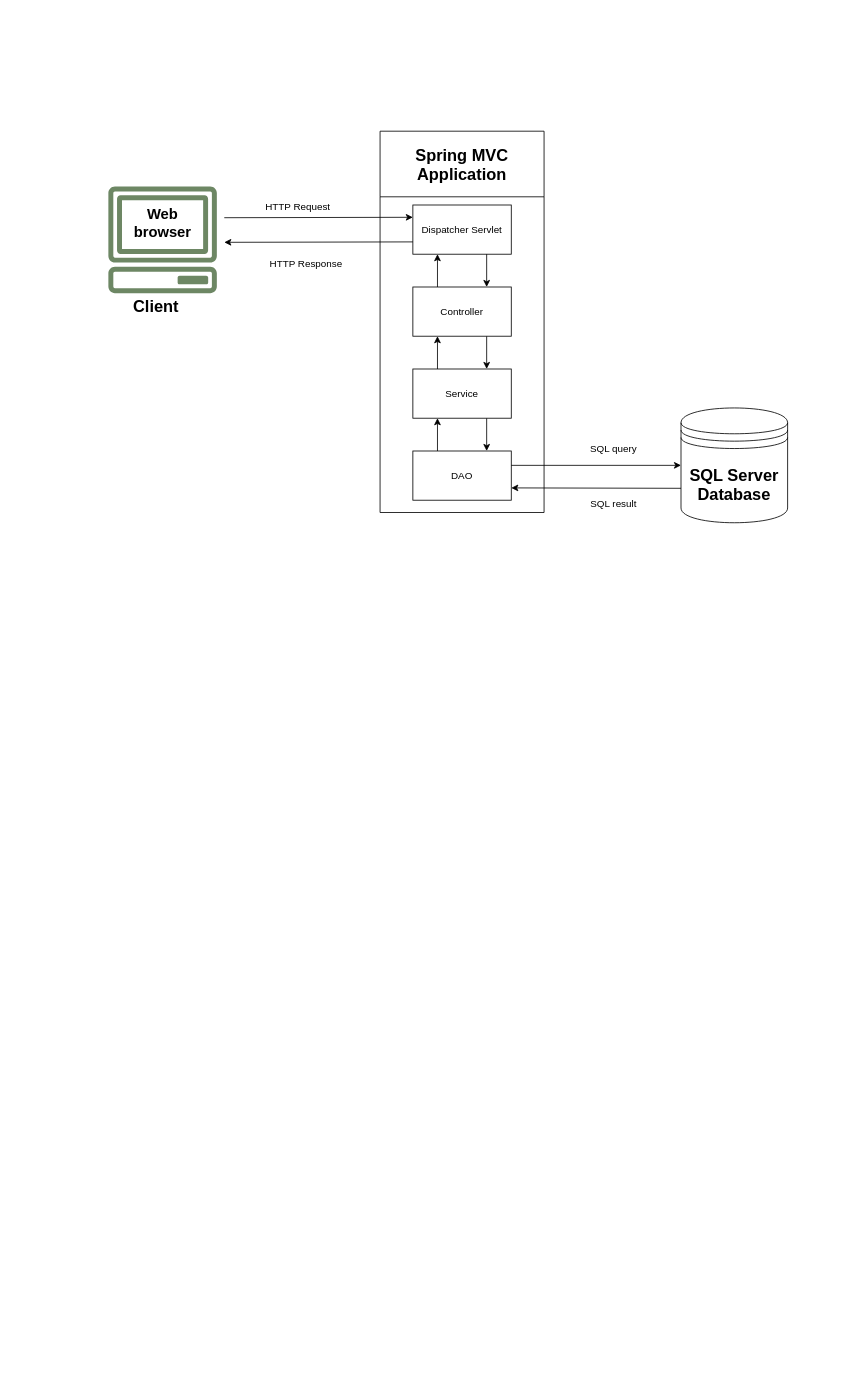
Earlier version of the draw.io diagram Web application architecture.drawio (Khanh-BangPham/Diagram-Store). Source tidied: cells renumbered, new cells numbered last; positions are measured from the earlier drawing's top-left corner, leaving out a move shared by most shapes. Both pictures are drawn from the tidied source at 82%, with x=0, y=0 at pixel (107, 130).
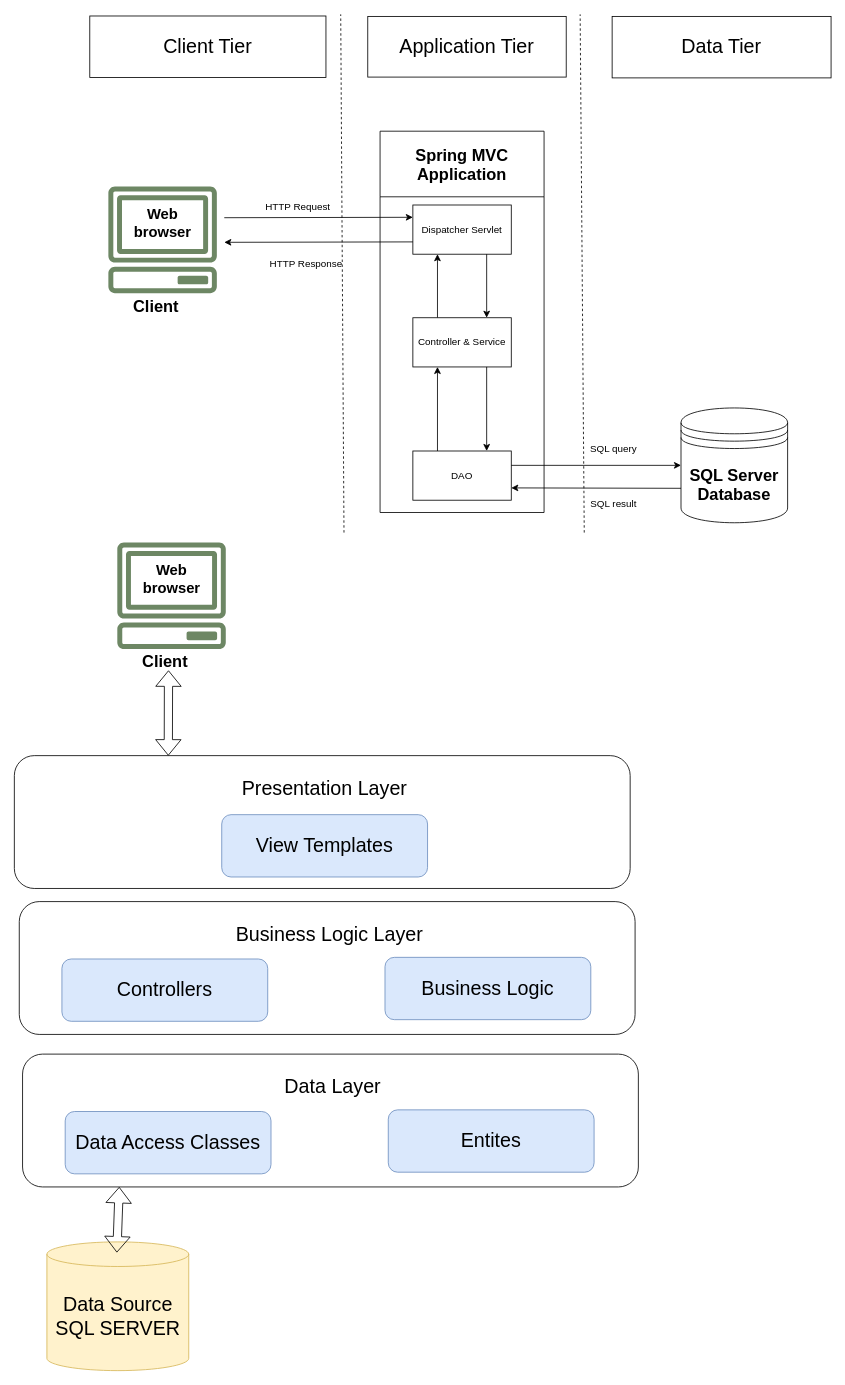
The same diagram, later.

Commit message:
Cập nhật Web application architecture.drawio

Unchanged cells that the change refers to:
```xml
<mxCell id="5" value="&lt;font style=&quot;font-size: 20px;&quot;&gt;Spring MVC Application&lt;/font&gt;" style="swimlane;whiteSpace=wrap;html=1;startSize=80;" parent="1" vertex="1">
  <mxGeometry x="332" y="0.5" width="200" height="465" as="geometry" />
</mxCell>
<mxCell id="14" value="DAO" style="rounded=0;whiteSpace=wrap;html=1;" parent="5" vertex="1">
  <mxGeometry x="40" y="390" width="120" height="60" as="geometry" />
</mxCell>
```

Diff of the diagram source:
```diff
@@
-    <mxCell id="8" style="edgeStyle=orthogonalEdgeStyle;rounded=0;jettySize=auto;html=1;exitX=0.75;exitY=1;exitDx=0;exitDy=0;entryX=0.75;entryY=0;entryDx=0;entryDy=0;" parent="5" edge="1" source="9" target="12">
-      <mxGeometry relative="1" as="geometry" />
-    </mxCell>
-    <mxCell id="9" value="Controller" style="rounded=0;whiteSpace=wrap;html=1;" parent="5" vertex="1">
-      <mxGeometry x="40" y="190" width="120" height="60" as="geometry" />
+    <mxCell id="9" value="Controller &amp;amp; Service" style="rounded=0;whiteSpace=wrap;html=1;" parent="5" vertex="1">
+      <mxGeometry x="40" y="227.5" width="120" height="60" as="geometry" />
     </mxCell>
-    <mxCell id="10" style="edgeStyle=orthogonalEdgeStyle;rounded=0;jettySize=auto;html=1;exitX=0.25;exitY=0;exitDx=0;exitDy=0;entryX=0.25;entryY=1;entryDx=0;entryDy=0;" parent="5" edge="1" source="12" target="9">
-      <mxGeometry relative="1" as="geometry" />
-    </mxCell>
-    <mxCell id="11" style="edgeStyle=orthogonalEdgeStyle;rounded=0;jettySize=auto;html=1;exitX=0.75;exitY=1;exitDx=0;exitDy=0;entryX=0.75;entryY=0;entryDx=0;entryDy=0;" parent="5" edge="1" source="12" target="14">
+    <mxCell id="11" style="edgeStyle=orthogonalEdgeStyle;rounded=0;jettySize=auto;html=1;exitX=0.75;exitY=1;exitDx=0;exitDy=0;entryX=0.75;entryY=0;entryDx=0;entryDy=0;" parent="5" edge="1" source="9" target="14">
       <mxGeometry relative="1" as="geometry" />
     </mxCell>
-    <mxCell id="12" value="Service" style="rounded=0;whiteSpace=wrap;html=1;" parent="5" vertex="1">
-      <mxGeometry x="40" y="290" width="120" height="60" as="geometry" />
-    </mxCell>
-    <mxCell id="13" style="edgeStyle=orthogonalEdgeStyle;rounded=0;jettySize=auto;html=1;exitX=0.25;exitY=0;exitDx=0;exitDy=0;entryX=0.25;entryY=1;entryDx=0;entryDy=0;" parent="5" edge="1" source="14" target="12">
+    <mxCell id="13" style="edgeStyle=orthogonalEdgeStyle;rounded=0;jettySize=auto;html=1;exitX=0.25;exitY=0;exitDx=0;exitDy=0;entryX=0.25;entryY=1;entryDx=0;entryDy=0;" parent="5" edge="1" source="14" target="9">
       <mxGeometry relative="1" as="geometry" />
     </mxCell>
@@
+    <mxCell id="25" style="endArrow=none;dashed=1;html=1;rounded=0;" parent="1" edge="1">
+      <mxGeometry relative="1" as="geometry">
+        <mxPoint x="288" y="490" as="sourcePoint" />
+        <mxPoint x="284" y="-142" as="targetPoint" />
+      </mxGeometry>
+    </mxCell>
+    <mxCell id="26" style="endArrow=none;dashed=1;html=1;rounded=0;" parent="1" edge="1">
+      <mxGeometry relative="1" as="geometry">
+        <mxPoint x="581" y="490" as="sourcePoint" />
+        <mxPoint x="576" y="-142" as="targetPoint" />
+      </mxGeometry>
+    </mxCell>
+    <mxCell id="27" value="&lt;font style=&quot;font-size: 24px;&quot;&gt;Client Tier&lt;/font&gt;" style="rounded=0;whiteSpace=wrap;html=1;" parent="1" vertex="1">
+      <mxGeometry x="-22" y="-140" width="288" height="75" as="geometry" />
+    </mxCell>
+    <mxCell id="28" value="&lt;font style=&quot;font-size: 24px;&quot;&gt;Application Tier&lt;/font&gt;" style="rounded=0;whiteSpace=wrap;html=1;" parent="1" vertex="1">
+      <mxGeometry x="317" y="-139.5" width="242" height="74" as="geometry" />
+    </mxCell>
+    <mxCell id="29" value="&lt;font style=&quot;font-size: 24px;&quot;&gt;Data Tier&lt;/font&gt;" style="rounded=0;whiteSpace=wrap;html=1;" parent="1" vertex="1">
+      <mxGeometry x="615" y="-139.5" width="267" height="75" as="geometry" />
+    </mxCell>
+    <mxCell id="30" style="rounded=1;whiteSpace=wrap;html=1;" parent="1" vertex="1">
+      <mxGeometry x="-114" y="762" width="751" height="162" as="geometry" />
+    </mxCell>
+    <mxCell id="31" value="&lt;font style=&quot;font-size: 24px;&quot;&gt;Presentation Layer&lt;/font&gt;" style="text;html=1;align=center;verticalAlign=middle;whiteSpace=wrap;rounded=0;" parent="1" vertex="1">
+      <mxGeometry x="88.7" y="764" width="351.3" height="75" as="geometry" />
+    </mxCell>
+    <mxCell id="32" value="&lt;font style=&quot;font-size: 24px;&quot;&gt;View Templates&lt;/font&gt;" style="rounded=1;whiteSpace=wrap;html=1;fillColor=#dae8fc;strokeColor=#6c8ebf;" parent="1" vertex="1">
+      <mxGeometry x="138.9" y="834" width="251" height="76" as="geometry" />
+    </mxCell>
+    <mxCell id="33" style="rounded=1;whiteSpace=wrap;html=1;" parent="1" vertex="1">
+      <mxGeometry x="-104" y="1126" width="751" height="162" as="geometry" />
+    </mxCell>
+    <mxCell id="34" value="&lt;font style=&quot;font-size: 24px;&quot;&gt;Data Layer&lt;/font&gt;" style="text;html=1;align=center;verticalAlign=middle;whiteSpace=wrap;rounded=0;" parent="1" vertex="1">
+      <mxGeometry x="98.7" y="1128" width="351.3" height="75" as="geometry" />
+    </mxCell>
+    <mxCell id="35" value="&lt;font style=&quot;font-size: 24px;&quot;&gt;Data Access Classes&lt;/font&gt;" style="rounded=1;whiteSpace=wrap;html=1;fillColor=#dae8fc;strokeColor=#6c8ebf;" parent="1" vertex="1">
+      <mxGeometry x="-52" y="1196" width="251" height="76" as="geometry" />
+    </mxCell>
+    <mxCell id="36" value="&lt;span style=&quot;font-size: 24px;&quot;&gt;Entites&lt;/span&gt;" style="rounded=1;whiteSpace=wrap;html=1;fillColor=#dae8fc;strokeColor=#6c8ebf;" parent="1" vertex="1">
+      <mxGeometry x="342" y="1194" width="251" height="76" as="geometry" />
+    </mxCell>
+    <mxCell id="37" value="&lt;font style=&quot;font-size: 24px;&quot;&gt;Data Source&lt;br&gt;SQL SERVER&lt;/font&gt;" style="shape=cylinder3;whiteSpace=wrap;html=1;boundedLbl=1;backgroundOutline=1;size=15;fillColor=#fff2cc;strokeColor=#d6b656;" parent="1" vertex="1">
+      <mxGeometry x="-74.3" y="1355" width="173" height="157" as="geometry" />
+    </mxCell>
+    <mxCell id="38" style="sketch=0;fillColor=#6d8764;strokeColor=#3A5431;dashed=0;verticalLabelPosition=bottom;verticalAlign=top;align=center;html=1;fontSize=12;fontStyle=0;shape=mxgraph.aws4.client;fontColor=#ffffff;" parent="1" vertex="1">
+      <mxGeometry x="11" y="502" width="133.4" height="130" as="geometry" />
+    </mxCell>
+    <mxCell id="39" value="&lt;font style=&quot;font-size: 20px;&quot;&gt;&lt;b&gt;Client&lt;/b&gt;&lt;/font&gt;" style="text;html=1;align=center;verticalAlign=middle;whiteSpace=wrap;rounded=0;" parent="1" vertex="1">
+      <mxGeometry x="39.6" y="632" width="60" height="30" as="geometry" />
+    </mxCell>
+    <mxCell id="40" value="&lt;font style=&quot;font-size: 18px;&quot;&gt;&lt;b&gt;Web browser&lt;/b&gt;&lt;/font&gt;" style="text;html=1;align=center;verticalAlign=middle;whiteSpace=wrap;rounded=0;" parent="1" vertex="1">
+      <mxGeometry x="39.6" y="532" width="76.2" height="30" as="geometry" />
+    </mxCell>
+    <mxCell id="41" style="shape=flexArrow;endArrow=classic;startArrow=classic;html=1;rounded=0;exitX=0.25;exitY=0;exitDx=0;exitDy=0;" parent="1" edge="1" source="30">
+      <mxGeometry relative="1" as="geometry">
+        <mxPoint x="74" y="658" as="targetPoint" />
+      </mxGeometry>
+    </mxCell>
+    <mxCell id="42" style="rounded=1;whiteSpace=wrap;html=1;" parent="1" vertex="1">
+      <mxGeometry x="-108" y="940" width="751" height="162" as="geometry" />
+    </mxCell>
+    <mxCell id="43" value="&lt;font style=&quot;font-size: 24px;&quot;&gt;Business Logic Layer&lt;/font&gt;" style="text;html=1;align=center;verticalAlign=middle;whiteSpace=wrap;rounded=0;" parent="1" vertex="1">
+      <mxGeometry x="94.7" y="942" width="351.3" height="75" as="geometry" />
+    </mxCell>
+    <mxCell id="44" value="&lt;font style=&quot;font-size: 24px;&quot;&gt;Controllers&lt;/font&gt;" style="rounded=1;whiteSpace=wrap;html=1;fillColor=#dae8fc;strokeColor=#6c8ebf;" parent="1" vertex="1">
+      <mxGeometry x="-56" y="1010" width="251" height="76" as="geometry" />
+    </mxCell>
+    <mxCell id="45" value="&lt;span style=&quot;font-size: 24px;&quot;&gt;Business Logic&lt;/span&gt;" style="rounded=1;whiteSpace=wrap;html=1;fillColor=#dae8fc;strokeColor=#6c8ebf;" parent="1" vertex="1">
+      <mxGeometry x="338" y="1008" width="251" height="76" as="geometry" />
+    </mxCell>
+    <mxCell id="46" style="shape=flexArrow;endArrow=classic;startArrow=classic;html=1;rounded=0;entryX=0.157;entryY=1;entryDx=0;entryDy=0;entryPerimeter=0;" parent="1" edge="1" target="33">
+      <mxGeometry relative="1" as="geometry">
+        <mxPoint x="11" y="1368" as="sourcePoint" />
+      </mxGeometry>
+    </mxCell>
+    <mxCell id="47" style="edgeStyle=orthogonalEdgeStyle;rounded=0;orthogonalLoop=1;jettySize=auto;html=1;exitX=0.5;exitY=1;exitDx=0;exitDy=0;fillColor=#dae8fc;strokeColor=#6c8ebf;" parent="1" edge="1" source="35" target="35">
+      <mxGeometry relative="1" as="geometry" />
+    </mxCell>
```
